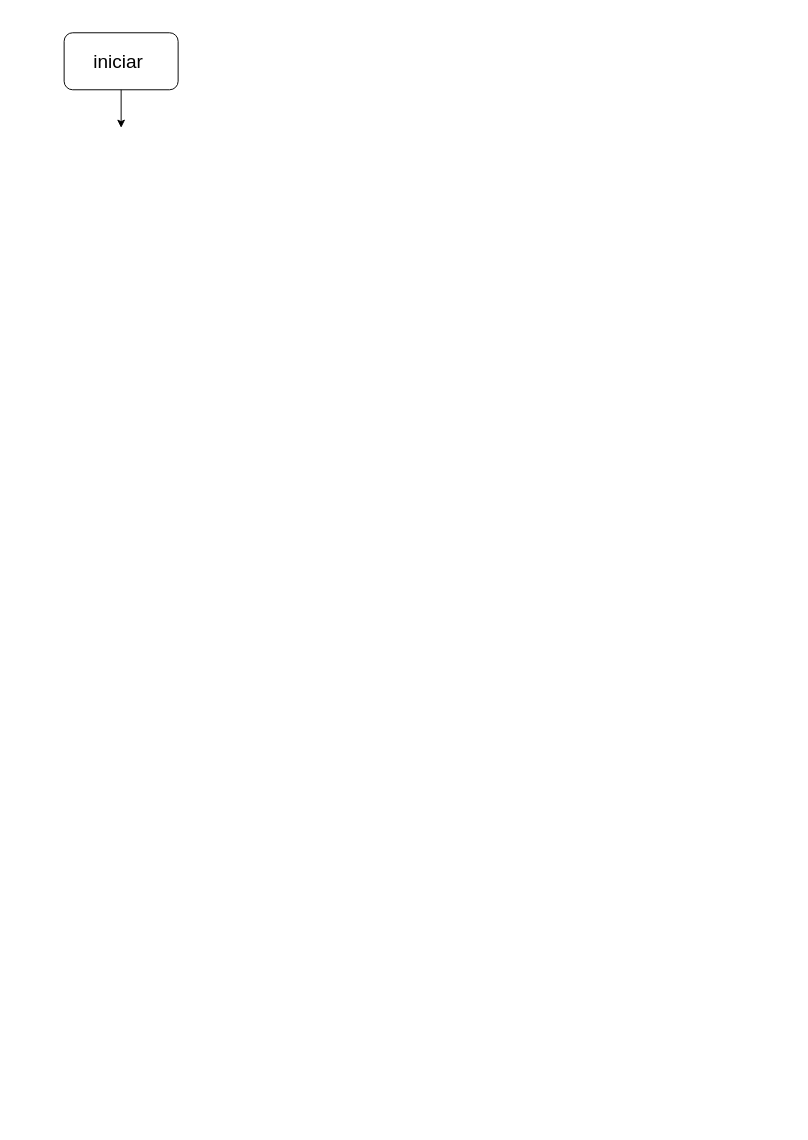
This is Diagrama sin título.drawio from rreynarive/Templates, a draw.io file, before an edit. Source tidied: cells renumbered, new cells numbered last; positions are measured from the earlier drawing's top-left corner, leaving out a move shared by most shapes. Both pictures are drawn from the tidied source at 95%, with x=0, y=0 at pixel (64, 32).
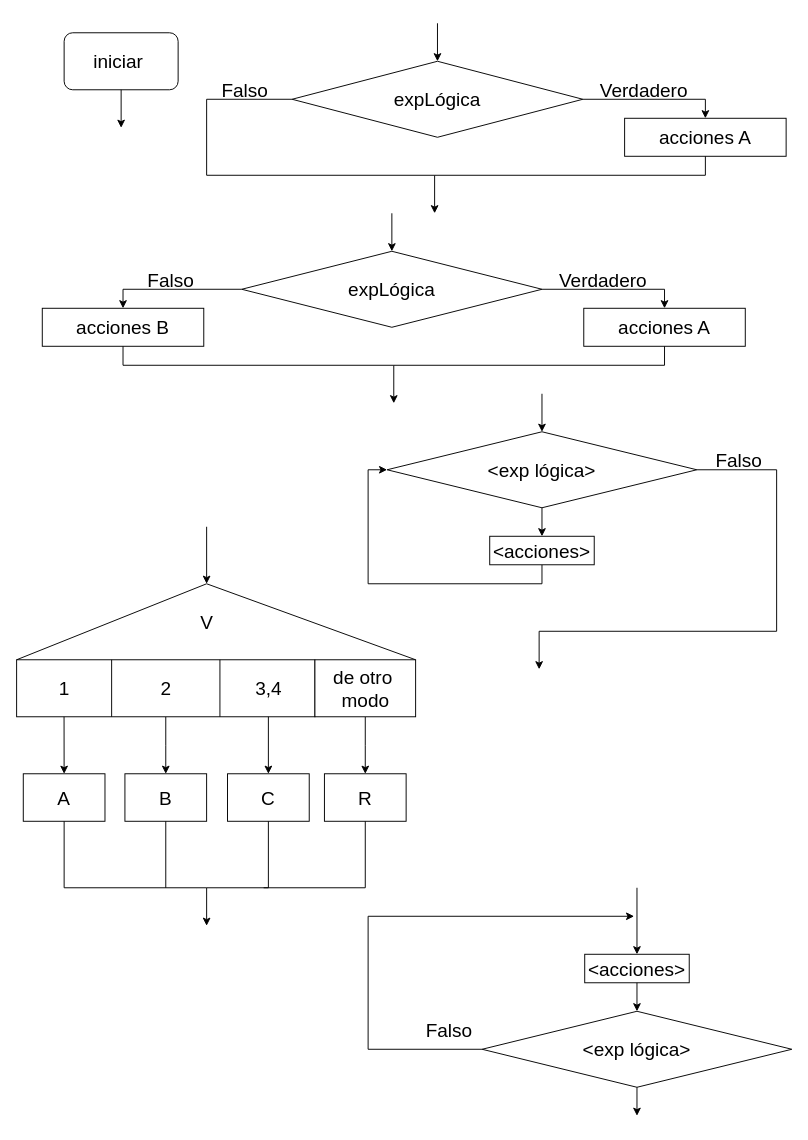
Above is the later version.

Unchanged cells that the change refers to:
```xml
<mxCell id="2" value="&lt;font style=&quot;font-size: 20px;&quot;&gt;iniciar&amp;nbsp;&lt;/font&gt;" style="rounded=1;whiteSpace=wrap;html=1;fontSize=20;" parent="1" vertex="1">
  <mxGeometry width="120" height="60" as="geometry" />
</mxCell>
```

Diff of the diagram source:
```diff
@@
-    <mxCell id="3" style="endArrow=classic;html=1;rounded=0;fontSize=20;exitX=0.5;exitY=1;exitDx=0;exitDy=0;" parent="1" edge="1" source="2">
-      <mxGeometry relative="1" as="geometry">
-        <mxPoint x="60" y="100" as="targetPoint" />
-      </mxGeometry>
-    </mxCell>
+    <mxCell id="4" style="endArrow=classic;html=1;rounded=0;fontSize=20;exitX=0.5;exitY=1;exitDx=0;exitDy=0;" parent="1" edge="1" source="2">
+      <mxGeometry relative="1" as="geometry">
+        <mxPoint x="60" y="100" as="targetPoint" />
+      </mxGeometry>
+    </mxCell>
+    <mxCell id="5" value="expLógica" style="rhombus;whiteSpace=wrap;html=1;fontSize=20;" parent="1" vertex="1">
+      <mxGeometry x="240" y="30" width="306" height="80" as="geometry" />
+    </mxCell>
+    <mxCell id="6" style="endArrow=classic;html=1;rounded=0;fontSize=20;entryX=0.5;entryY=0;entryDx=0;entryDy=0;" parent="1" edge="1" target="5">
+      <mxGeometry relative="1" as="geometry">
+        <mxPoint x="393" y="-10" as="sourcePoint" />
+      </mxGeometry>
+    </mxCell>
+    <mxCell id="7" style="endArrow=none;html=1;rounded=0;fontSize=20;entryX=0;entryY=0.5;entryDx=0;entryDy=0;" parent="1" edge="1" target="5">
+      <mxGeometry relative="1" as="geometry">
+        <mxPoint x="390" y="150" as="sourcePoint" />
+        <Array as="points">
+          <mxPoint x="150" y="150" />
+          <mxPoint x="150" y="70" />
+        </Array>
+      </mxGeometry>
+    </mxCell>
+    <mxCell id="8" value="acciones A" style="rounded=0;whiteSpace=wrap;html=1;fontSize=20;" parent="1" vertex="1">
+      <mxGeometry x="590" y="90" width="170" height="40" as="geometry" />
+    </mxCell>
+    <mxCell id="9" style="endArrow=classic;html=1;rounded=0;fontSize=20;exitX=1;exitY=0.5;exitDx=0;exitDy=0;entryX=0.5;entryY=0;entryDx=0;entryDy=0;" parent="1" edge="1" source="5" target="8">
+      <mxGeometry relative="1" as="geometry">
+        <Array as="points">
+          <mxPoint x="675" y="70" />
+        </Array>
+      </mxGeometry>
+    </mxCell>
+    <mxCell id="10" style="endArrow=none;html=1;rounded=0;fontSize=20;entryX=0.5;entryY=1;entryDx=0;entryDy=0;" parent="1" edge="1" target="8">
+      <mxGeometry relative="1" as="geometry">
+        <mxPoint x="390" y="150" as="sourcePoint" />
+        <Array as="points">
+          <mxPoint x="675" y="150" />
+        </Array>
+      </mxGeometry>
+    </mxCell>
+    <mxCell id="11" style="endArrow=classic;html=1;rounded=0;fontSize=20;" parent="1" edge="1">
+      <mxGeometry relative="1" as="geometry">
+        <mxPoint x="390" y="150" as="sourcePoint" />
+        <mxPoint x="390" y="190" as="targetPoint" />
+      </mxGeometry>
+    </mxCell>
+    <mxCell id="12" value="Verdadero" style="text;html=1;align=center;verticalAlign=middle;strokeColor=none;fillColor=none;fontSize=20;" parent="1" vertex="1">
+      <mxGeometry x="550" y="40" width="120" height="40" as="geometry" />
+    </mxCell>
+    <mxCell id="13" value="Falso" style="text;html=1;align=center;verticalAlign=middle;strokeColor=none;fillColor=none;fontSize=20;" parent="1" vertex="1">
+      <mxGeometry x="155" y="40" width="70" height="40" as="geometry" />
+    </mxCell>
+    <mxCell id="14" style="edgeStyle=orthogonalEdgeStyle;rounded=0;jettySize=auto;html=1;exitX=0;exitY=0.5;exitDx=0;exitDy=0;entryX=0.5;entryY=0;entryDx=0;entryDy=0;fontSize=20;" parent="1" edge="1" source="15" target="23">
+      <mxGeometry relative="1" as="geometry" />
+    </mxCell>
+    <mxCell id="15" value="expLógica" style="rhombus;whiteSpace=wrap;html=1;fontSize=20;" parent="1" vertex="1">
+      <mxGeometry x="187" y="230" width="316" height="80" as="geometry" />
+    </mxCell>
+    <mxCell id="16" style="endArrow=classic;html=1;rounded=0;fontSize=20;entryX=0.5;entryY=0;entryDx=0;entryDy=0;" parent="1" edge="1" target="15">
+      <mxGeometry relative="1" as="geometry">
+        <mxPoint x="345" y="190" as="sourcePoint" />
+      </mxGeometry>
+    </mxCell>
+    <mxCell id="17" value="acciones A" style="rounded=0;whiteSpace=wrap;html=1;fontSize=20;" parent="1" vertex="1">
+      <mxGeometry x="547" y="290" width="170" height="40" as="geometry" />
+    </mxCell>
+    <mxCell id="18" style="endArrow=classic;html=1;rounded=0;fontSize=20;exitX=1;exitY=0.5;exitDx=0;exitDy=0;entryX=0.5;entryY=0;entryDx=0;entryDy=0;" parent="1" edge="1" source="15" target="17">
+      <mxGeometry relative="1" as="geometry">
+        <Array as="points">
+          <mxPoint x="632" y="270" />
+        </Array>
+      </mxGeometry>
+    </mxCell>
+    <mxCell id="19" style="endArrow=none;html=1;rounded=0;fontSize=20;entryX=0.5;entryY=1;entryDx=0;entryDy=0;" parent="1" edge="1" target="17">
+      <mxGeometry relative="1" as="geometry">
+        <mxPoint x="347" y="350" as="sourcePoint" />
+        <Array as="points">
+          <mxPoint x="632" y="350" />
+        </Array>
+      </mxGeometry>
+    </mxCell>
+    <mxCell id="20" style="endArrow=classic;html=1;rounded=0;fontSize=20;" parent="1" edge="1">
+      <mxGeometry relative="1" as="geometry">
+        <mxPoint x="347" y="350" as="sourcePoint" />
+        <mxPoint x="347" y="390" as="targetPoint" />
+      </mxGeometry>
+    </mxCell>
+    <mxCell id="21" value="Verdadero" style="text;html=1;align=center;verticalAlign=middle;strokeColor=none;fillColor=none;fontSize=20;" parent="1" vertex="1">
+      <mxGeometry x="507" y="240" width="120" height="40" as="geometry" />
+    </mxCell>
+    <mxCell id="22" value="Falso" style="text;html=1;align=center;verticalAlign=middle;strokeColor=none;fillColor=none;fontSize=20;" parent="1" vertex="1">
+      <mxGeometry x="77" y="240" width="70" height="40" as="geometry" />
+    </mxCell>
+    <mxCell id="23" value="acciones B" style="rounded=0;whiteSpace=wrap;html=1;fontSize=20;" parent="1" vertex="1">
+      <mxGeometry x="-23" y="290" width="170" height="40" as="geometry" />
+    </mxCell>
+    <mxCell id="24" style="endArrow=none;html=1;rounded=0;fontSize=20;exitX=0.5;exitY=1;exitDx=0;exitDy=0;" parent="1" edge="1" source="23">
+      <mxGeometry relative="1" as="geometry">
+        <mxPoint x="347" y="350" as="targetPoint" />
+        <Array as="points">
+          <mxPoint x="62" y="350" />
+        </Array>
+      </mxGeometry>
+    </mxCell>
+    <mxCell id="25" style="edgeStyle=orthogonalEdgeStyle;rounded=0;jettySize=auto;html=1;exitX=0.5;exitY=1;exitDx=0;exitDy=0;fontSize=20;" parent="1" edge="1" source="26">
+      <mxGeometry relative="1" as="geometry">
+        <mxPoint x="107" y="780" as="targetPoint" />
+      </mxGeometry>
+    </mxCell>
+    <mxCell id="26" style="shape=process;whiteSpace=wrap;html=1;backgroundOutline=1;fontSize=20;size=0.3184713375796178;" parent="1" vertex="1">
+      <mxGeometry x="-50" y="660" width="314" height="60" as="geometry" />
+    </mxCell>
+    <mxCell id="27" style="edgeStyle=orthogonalEdgeStyle;rounded=0;jettySize=auto;html=1;exitX=0.5;exitY=1;exitDx=0;exitDy=0;fontSize=20;" parent="1" edge="1" source="28">
+      <mxGeometry relative="1" as="geometry">
+        <mxPoint x="317" y="780" as="targetPoint" />
+      </mxGeometry>
+    </mxCell>
+    <mxCell id="28" style="rounded=0;whiteSpace=wrap;html=1;fontSize=20;" parent="1" vertex="1">
+      <mxGeometry x="264" y="660" width="106" height="60" as="geometry" />
+    </mxCell>
+    <mxCell id="29" style="endArrow=classic;html=1;rounded=0;fontSize=20;" parent="1" edge="1">
+      <mxGeometry relative="1" as="geometry">
+        <mxPoint x="150" y="520" as="sourcePoint" />
+        <mxPoint x="150" y="580" as="targetPoint" />
+      </mxGeometry>
+    </mxCell>
+    <mxCell id="30" style="endArrow=none;html=1;rounded=0;fontSize=20;exitX=0;exitY=0;exitDx=0;exitDy=0;" parent="1" edge="1" source="26">
+      <mxGeometry relative="1" as="geometry">
+        <mxPoint x="150" y="580" as="targetPoint" />
+      </mxGeometry>
+    </mxCell>
+    <mxCell id="31" style="endArrow=none;html=1;rounded=0;fontSize=20;entryX=1;entryY=0;entryDx=0;entryDy=0;" parent="1" edge="1" target="28">
+      <mxGeometry relative="1" as="geometry">
+        <mxPoint x="150" y="580" as="sourcePoint" />
+      </mxGeometry>
+    </mxCell>
+    <mxCell id="32" value="V" style="text;html=1;align=center;verticalAlign=middle;strokeColor=none;fillColor=none;fontSize=20;" parent="1" vertex="1">
+      <mxGeometry x="130" y="600" width="40" height="40" as="geometry" />
+    </mxCell>
+    <mxCell id="33" style="endArrow=classic;html=1;rounded=0;fontSize=20;exitX=0.159;exitY=1;exitDx=0;exitDy=0;exitPerimeter=0;" parent="1" edge="1" source="26">
+      <mxGeometry relative="1" as="geometry">
+        <mxPoint y="780" as="targetPoint" />
+      </mxGeometry>
+    </mxCell>
+    <mxCell id="34" style="endArrow=classic;html=1;rounded=0;fontSize=20;" parent="1" edge="1">
+      <mxGeometry relative="1" as="geometry">
+        <mxPoint x="215" y="720" as="sourcePoint" />
+        <mxPoint x="215" y="780" as="targetPoint" />
+      </mxGeometry>
+    </mxCell>
+    <mxCell id="35" value="1" style="text;html=1;align=center;verticalAlign=middle;strokeColor=none;fillColor=none;fontSize=20;" parent="1" vertex="1">
+      <mxGeometry x="-15" y="670" width="30" height="40" as="geometry" />
+    </mxCell>
+    <mxCell id="36" value="3,4" style="text;html=1;align=center;verticalAlign=middle;strokeColor=none;fillColor=none;fontSize=20;" parent="1" vertex="1">
+      <mxGeometry x="190" y="670" width="50" height="40" as="geometry" />
+    </mxCell>
+    <mxCell id="37" value="de otro&amp;nbsp;&lt;br&gt;modo" style="text;html=1;align=center;verticalAlign=middle;strokeColor=none;fillColor=none;fontSize=20;" parent="1" vertex="1">
+      <mxGeometry x="272" y="660" width="90" height="60" as="geometry" />
+    </mxCell>
+    <mxCell id="38" value="C" style="rounded=0;whiteSpace=wrap;html=1;fontSize=20;" parent="1" vertex="1">
+      <mxGeometry x="172" y="780" width="86" height="50" as="geometry" />
+    </mxCell>
+    <mxCell id="39" value="A" style="rounded=0;whiteSpace=wrap;html=1;fontSize=20;" parent="1" vertex="1">
+      <mxGeometry x="-43" y="780" width="86" height="50" as="geometry" />
+    </mxCell>
+    <mxCell id="40" value="B" style="rounded=0;whiteSpace=wrap;html=1;fontSize=20;" parent="1" vertex="1">
+      <mxGeometry x="64" y="780" width="86" height="50" as="geometry" />
+    </mxCell>
+    <mxCell id="41" value="R" style="rounded=0;whiteSpace=wrap;html=1;fontSize=20;" parent="1" vertex="1">
+      <mxGeometry x="274" y="780" width="86" height="50" as="geometry" />
+    </mxCell>
+    <mxCell id="42" style="endArrow=classic;html=1;rounded=0;fontSize=20;" parent="1" edge="1">
+      <mxGeometry relative="1" as="geometry">
+        <mxPoint x="150" y="900" as="sourcePoint" />
+        <mxPoint x="150" y="940" as="targetPoint" />
+      </mxGeometry>
+    </mxCell>
+    <mxCell id="43" style="endArrow=none;html=1;rounded=0;fontSize=20;exitX=0.5;exitY=1;exitDx=0;exitDy=0;" parent="1" edge="1" source="39">
+      <mxGeometry relative="1" as="geometry">
+        <mxPoint x="150" y="900" as="targetPoint" />
+        <Array as="points">
+          <mxPoint y="900" />
+        </Array>
+      </mxGeometry>
+    </mxCell>
+    <mxCell id="44" style="endArrow=none;html=1;rounded=0;fontSize=20;exitX=0.5;exitY=1;exitDx=0;exitDy=0;" parent="1" edge="1" source="40">
+      <mxGeometry relative="1" as="geometry">
+        <mxPoint x="107" y="900" as="targetPoint" />
+      </mxGeometry>
+    </mxCell>
+    <mxCell id="45" style="endArrow=none;html=1;rounded=0;fontSize=20;exitX=0.5;exitY=1;exitDx=0;exitDy=0;" parent="1" edge="1" source="38">
+      <mxGeometry relative="1" as="geometry">
+        <mxPoint x="150" y="900" as="targetPoint" />
+        <Array as="points">
+          <mxPoint x="215" y="900" />
+        </Array>
+      </mxGeometry>
+    </mxCell>
+    <mxCell id="46" style="endArrow=none;html=1;rounded=0;fontSize=20;exitX=0.5;exitY=1;exitDx=0;exitDy=0;" parent="1" edge="1" source="41">
+      <mxGeometry relative="1" as="geometry">
+        <mxPoint x="210" y="900" as="targetPoint" />
+        <Array as="points">
+          <mxPoint x="317" y="900" />
+        </Array>
+      </mxGeometry>
+    </mxCell>
+    <mxCell id="47" value="2" style="text;html=1;align=center;verticalAlign=middle;strokeColor=none;fillColor=none;fontSize=20;" parent="1" vertex="1">
+      <mxGeometry x="92" y="670" width="30" height="40" as="geometry" />
+    </mxCell>
+    <mxCell id="48" value="&amp;lt;exp lógica&amp;gt;" style="rhombus;whiteSpace=wrap;html=1;fontSize=20;" parent="1" vertex="1">
+      <mxGeometry x="340" y="420" width="326" height="80" as="geometry" />
+    </mxCell>
+    <mxCell id="49" style="endArrow=classic;html=1;rounded=0;fontSize=20;entryX=0.5;entryY=0;entryDx=0;entryDy=0;" parent="1" edge="1" target="48">
+      <mxGeometry relative="1" as="geometry">
+        <mxPoint x="503" y="380" as="sourcePoint" />
+      </mxGeometry>
+    </mxCell>
+    <mxCell id="50" style="endArrow=classic;html=1;rounded=0;fontSize=20;exitX=1;exitY=0.5;exitDx=0;exitDy=0;" parent="1" edge="1" source="48">
+      <mxGeometry relative="1" as="geometry">
+        <mxPoint x="500" y="670" as="targetPoint" />
+        <Array as="points">
+          <mxPoint x="750" y="460" />
+          <mxPoint x="750" y="630" />
+          <mxPoint x="500" y="630" />
+        </Array>
+      </mxGeometry>
+    </mxCell>
+    <mxCell id="51" value="Falso" style="text;html=1;align=center;verticalAlign=middle;strokeColor=none;fillColor=none;fontSize=20;" parent="1" vertex="1">
+      <mxGeometry x="675" y="430" width="70" height="40" as="geometry" />
+    </mxCell>
+    <mxCell id="52" style="endArrow=classic;html=1;rounded=0;fontSize=20;exitX=0.5;exitY=1;exitDx=0;exitDy=0;" parent="1" edge="1" source="48">
+      <mxGeometry relative="1" as="geometry">
+        <mxPoint x="503" y="530" as="targetPoint" />
+      </mxGeometry>
+    </mxCell>
+    <mxCell id="53" style="edgeStyle=orthogonalEdgeStyle;rounded=0;jettySize=auto;html=1;exitX=0.5;exitY=1;exitDx=0;exitDy=0;entryX=0;entryY=0.5;entryDx=0;entryDy=0;fontSize=20;" parent="1" edge="1" source="54" target="48">
+      <mxGeometry relative="1" as="geometry" />
+    </mxCell>
+    <mxCell id="54" value="&amp;lt;acciones&amp;gt;" style="rounded=0;whiteSpace=wrap;html=1;fontSize=20;" parent="1" vertex="1">
+      <mxGeometry x="448" y="530" width="110" height="30" as="geometry" />
+    </mxCell>
+    <mxCell id="55" style="edgeStyle=orthogonalEdgeStyle;rounded=0;jettySize=auto;html=1;exitX=0;exitY=0.5;exitDx=0;exitDy=0;fontSize=20;" parent="1" edge="1" source="56">
+      <mxGeometry relative="1" as="geometry">
+        <mxPoint x="600" y="930" as="targetPoint" />
+        <Array as="points">
+          <mxPoint x="320" y="1070" />
+          <mxPoint x="320" y="930" />
+        </Array>
+      </mxGeometry>
+    </mxCell>
+    <mxCell id="56" value="&amp;lt;exp lógica&amp;gt;" style="rhombus;whiteSpace=wrap;html=1;fontSize=20;" parent="1" vertex="1">
+      <mxGeometry x="440" y="1030" width="326" height="80" as="geometry" />
+    </mxCell>
+    <mxCell id="57" style="endArrow=classic;html=1;rounded=0;fontSize=20;entryX=0.5;entryY=0;entryDx=0;entryDy=0;" parent="1" edge="1" target="56">
+      <mxGeometry relative="1" as="geometry">
+        <mxPoint x="603" y="990" as="sourcePoint" />
+      </mxGeometry>
+    </mxCell>
+    <mxCell id="58" value="Falso" style="text;html=1;align=center;verticalAlign=middle;strokeColor=none;fillColor=none;fontSize=20;" parent="1" vertex="1">
+      <mxGeometry x="370" y="1030" width="70" height="40" as="geometry" />
+    </mxCell>
+    <mxCell id="59" style="endArrow=classic;html=1;rounded=0;fontSize=20;exitX=0.5;exitY=1;exitDx=0;exitDy=0;" parent="1" edge="1" source="56">
+      <mxGeometry relative="1" as="geometry">
+        <mxPoint x="603" y="1140" as="targetPoint" />
+      </mxGeometry>
+    </mxCell>
+    <mxCell id="60" value="&amp;lt;acciones&amp;gt;" style="rounded=0;whiteSpace=wrap;html=1;fontSize=20;" parent="1" vertex="1">
+      <mxGeometry x="548" y="970" width="110" height="30" as="geometry" />
+    </mxCell>
+    <mxCell id="61" style="endArrow=classic;html=1;rounded=0;fontSize=20;entryX=0.5;entryY=0;entryDx=0;entryDy=0;" parent="1" edge="1" target="60">
+      <mxGeometry relative="1" as="geometry">
+        <mxPoint x="603" y="900" as="sourcePoint" />
+      </mxGeometry>
+    </mxCell>
```
